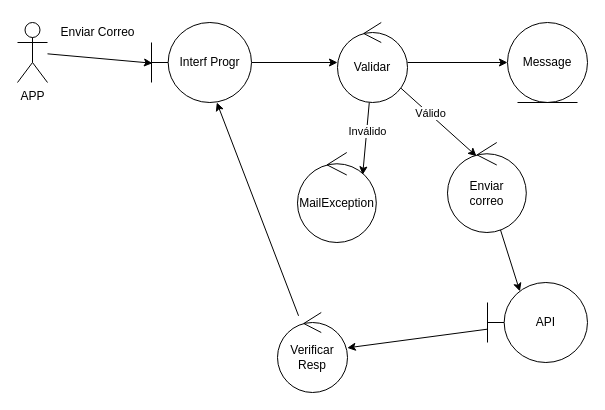
SilverFlin/MailSender keeps this draw.io diagram as page "Robustness" (1 of 2) of docs/diagrams/UC1.drawio. Above is the earlier version. Source tidied: cells renumbered, new cells numbered last; positions are measured from the earlier drawing's top-left corner, leaving out a move shared by most shapes. Both pictures are drawn from the tidied source at 100%, with x=0, y=0 at pixel (17, 17).
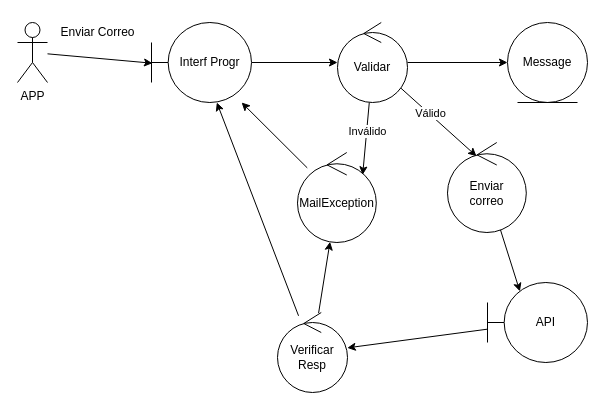
The same page after the edit.

The change refers to these unchanged cells:
```xml
<mxCell id="5" value="Interf Progr" style="shape=umlBoundary;whiteSpace=wrap;html=1;" parent="1" vertex="1">
  <mxGeometry x="134" y="5" width="100" height="80" as="geometry" />
</mxCell>
<mxCell id="13" value="MailException" style="ellipse;shape=umlControl;whiteSpace=wrap;html=1;" parent="1" vertex="1">
  <mxGeometry x="280" y="135" width="78.8" height="90" as="geometry" />
</mxCell>
<mxCell id="19" value="Verificar Resp" style="ellipse;shape=umlControl;whiteSpace=wrap;html=1;" parent="1" vertex="1">
  <mxGeometry x="260" y="295" width="70" height="80" as="geometry" />
</mxCell>
```

Change to the diagram source:
```diff
@@
+    <mxCell id="21" style="rounded=0;jettySize=auto;html=1;" parent="1" edge="1" source="13" target="5">
+      <mxGeometry relative="1" as="geometry" />
+    </mxCell>
@@
+    <mxCell id="22" style="edgeStyle=none;rounded=0;jettySize=auto;html=1;" parent="1" edge="1" source="19" target="13">
+      <mxGeometry relative="1" as="geometry" />
+    </mxCell>
```
